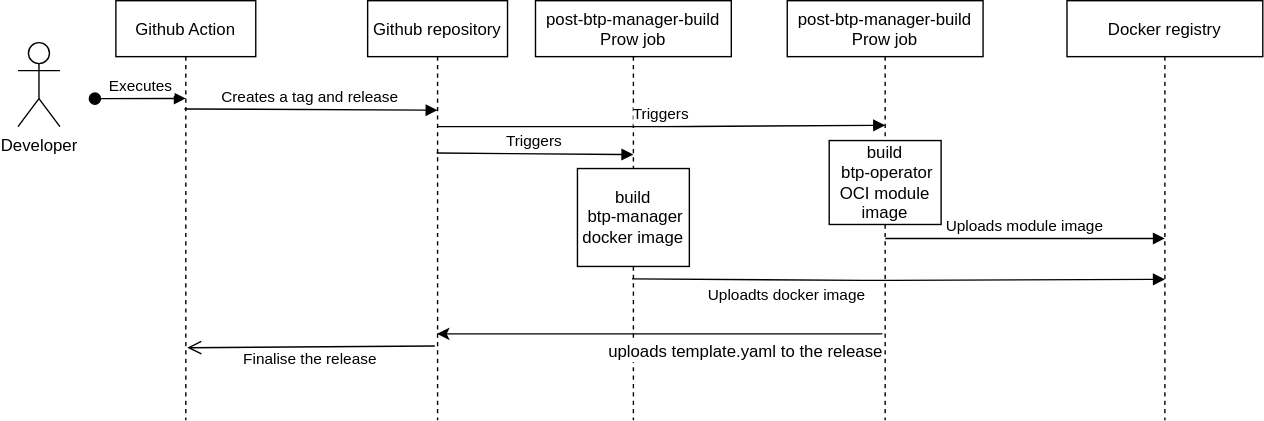
Earlier version of the draw.io export docs/assets/release.svg (kyma-project/btp-manager). Source tidied: cells renumbered, new cells last; positions are measured from the earlier drawing's top-left corner, leaving out a move shared by most shapes.
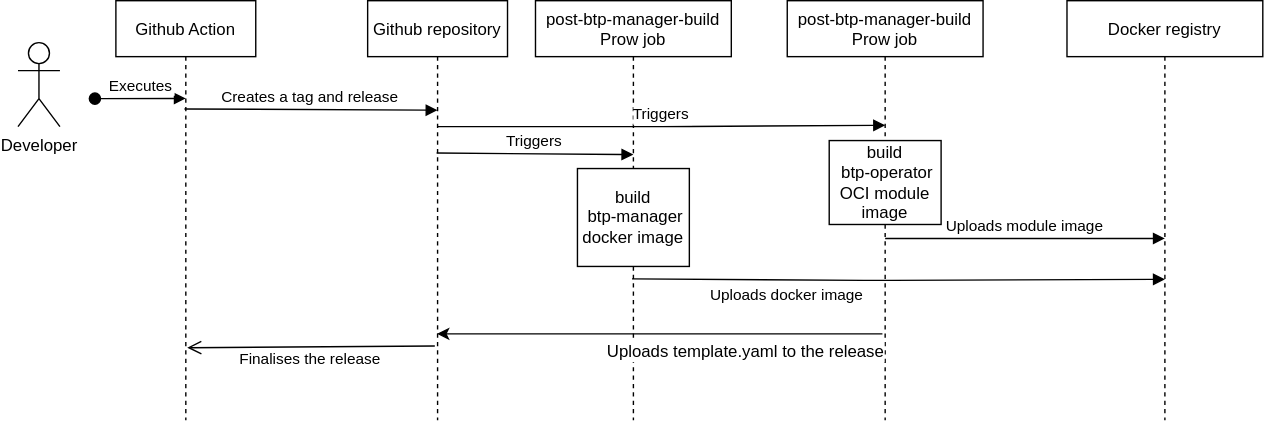
The same file after the commit.

What changed in the source:
```diff
@@ -13,7 +13,7 @@
     <mxCell id="4" value="Github repository" style="shape=umlLifeline;perimeter=lifelinePerimeter;rounded=0;shadow=0;strokeWidth=1;" parent="1" vertex="1">
       <mxGeometry x="250" width="100" height="300" as="geometry" />
     </mxCell>
-    <mxCell id="5" value="Finalise the release" style="verticalAlign=bottom;endArrow=open;endSize=8;exitX=0.48;exitY=0.823;shadow=0;strokeWidth=1;exitDx=0;exitDy=0;exitPerimeter=0;entryX=0.51;entryY=0.827;entryDx=0;entryDy=0;entryPerimeter=0;" parent="1" edge="1" source="4" target="2">
+    <mxCell id="5" value="Finalises the release" style="verticalAlign=bottom;endArrow=open;endSize=8;exitX=0.48;exitY=0.823;shadow=0;strokeWidth=1;exitDx=0;exitDy=0;exitPerimeter=0;entryX=0.51;entryY=0.827;entryDx=0;entryDy=0;entryPerimeter=0;" parent="1" edge="1" source="4" target="2">
       <mxGeometry y="18" relative="1" as="geometry" />
     </mxCell>
     <mxCell id="6" value="Creates a tag and release" style="verticalAlign=bottom;endArrow=block;entryX=0.5;entryY=0.261;shadow=0;strokeWidth=1;entryDx=0;entryDy=0;entryPerimeter=0;exitX=0.49;exitY=0.258;exitDx=0;exitDy=0;exitPerimeter=0;" parent="1" edge="1" source="2" target="4">
@@ -53,7 +53,7 @@
         <mxPoint x="440" y="110" as="targetPoint" />
       </mxGeometry>
     </mxCell>
-    <mxCell id="15" value="Uploadts docker image" style="verticalAlign=bottom;endArrow=block;shadow=0;strokeWidth=1;entryX=0.5;entryY=0.664;entryDx=0;entryDy=0;entryPerimeter=0;exitX=0.493;exitY=0.663;exitDx=0;exitDy=0;exitPerimeter=0;" parent="1" edge="1" source="7" target="11">
+    <mxCell id="15" value="Uploads docker image" style="verticalAlign=bottom;endArrow=block;shadow=0;strokeWidth=1;entryX=0.5;entryY=0.664;entryDx=0;entryDy=0;entryPerimeter=0;exitX=0.493;exitY=0.663;exitDx=0;exitDy=0;exitPerimeter=0;" parent="1" edge="1" source="7" target="11">
       <mxGeometry x="-0.42" y="-20" relative="1" as="geometry">
         <Array as="points">
           <mxPoint x="614.7" y="200" />
@@ -63,7 +63,7 @@
     <mxCell id="16" style="endArrow=classic;html=1;rounded=0;strokeWidth=1;fontSize=12;exitX=0.486;exitY=0.794;exitDx=0;exitDy=0;exitPerimeter=0;" parent="1" edge="1" source="9" target="4">
       <mxGeometry relative="1" as="geometry" />
     </mxCell>
-    <mxCell id="17" value="uploads template.yaml to the release" style="edgeLabel;html=1;align=center;verticalAlign=middle;fontSize=12;" parent="16" vertex="1">
+    <mxCell id="17" value="Uploads template.yaml to the release" style="edgeLabel;html=1;align=center;verticalAlign=middle;fontSize=12;" parent="16" vertex="1">
       <mxGeometry x="-0.12" y="-4" relative="1" as="geometry">
         <mxPoint x="41" y="16" as="offset" />
       </mxGeometry>
```
